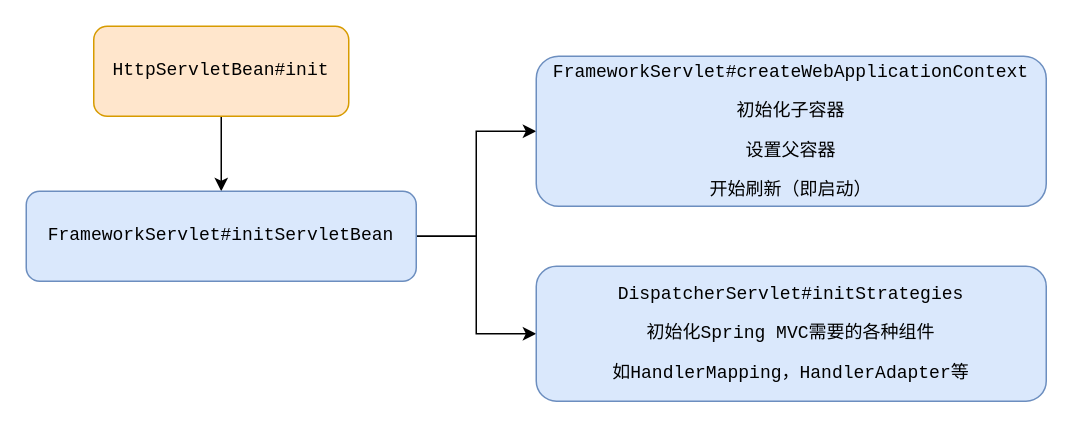
erlieStar/diagrams keeps this draw.io diagram as spring/spring mvc容器启动.drawio. Above is the earlier version. Source tidied: cells renumbered, new cells numbered last; positions are measured from the earlier drawing's top-left corner, leaving out a move shared by most shapes. Both pictures are drawn from the tidied source at 150%, with x=0, y=0 at pixel (26, 26).
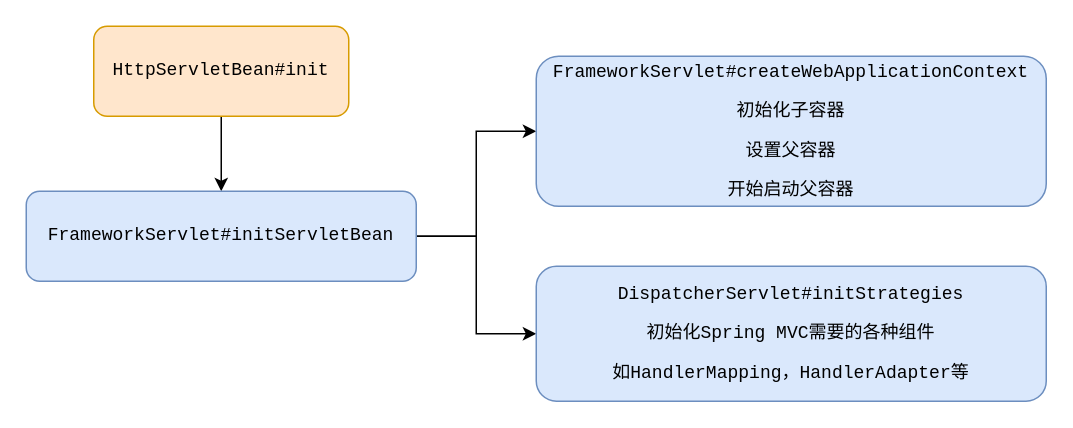
The same page after the edit.

Change to the diagram source:
```diff
@@
 <mxGraphModel>
   <root>
     <mxCell id="0" />
     <mxCell id="1" parent="0" />
     <mxCell id="2" style="edgeStyle=orthogonalEdgeStyle;rounded=0;jettySize=auto;html=1;" parent="1" edge="1" source="3" target="6">
       <mxGeometry relative="1" as="geometry" />
     </mxCell>
     <mxCell id="3" value="&lt;pre&gt;HttpServletBean#init&lt;/pre&gt;" style="rounded=1;whiteSpace=wrap;html=1;fillColor=#ffe6cc;strokeColor=#d79b00;" parent="1" vertex="1">
       <mxGeometry x="45" width="170" height="60" as="geometry" />
     </mxCell>
     <mxCell id="4" style="edgeStyle=orthogonalEdgeStyle;rounded=0;jettySize=auto;html=1;entryX=0;entryY=0.5;entryDx=0;entryDy=0;" parent="1" edge="1" source="6" target="7">
       <mxGeometry relative="1" as="geometry" />
     </mxCell>
     <mxCell id="5" style="edgeStyle=orthogonalEdgeStyle;rounded=0;jettySize=auto;html=1;exitX=1;exitY=0.5;exitDx=0;exitDy=0;entryX=0;entryY=0.5;entryDx=0;entryDy=0;" parent="1" edge="1" source="6" target="8">
       <mxGeometry relative="1" as="geometry" />
     </mxCell>
     <mxCell id="6" value="&lt;pre&gt;FrameworkServlet#initServletBean&lt;/pre&gt;" style="rounded=1;whiteSpace=wrap;html=1;fillColor=#dae8fc;strokeColor=#6c8ebf;" parent="1" vertex="1">
       <mxGeometry y="110" width="260" height="60" as="geometry" />
     </mxCell>
-    <mxCell id="7" value="&lt;pre&gt;FrameworkServlet#createWebApplicationContext&lt;/pre&gt;&lt;pre&gt;初始化子容器&lt;/pre&gt;&lt;pre&gt;设置父容器&lt;/pre&gt;&lt;pre&gt;开始刷新（即启动）&lt;/pre&gt;" style="rounded=1;whiteSpace=wrap;html=1;fillColor=#dae8fc;strokeColor=#6c8ebf;" parent="1" vertex="1">
+    <mxCell id="7" value="&lt;pre&gt;FrameworkServlet#createWebApplicationContext&lt;/pre&gt;&lt;pre&gt;初始化子容器&lt;/pre&gt;&lt;pre&gt;设置父容器&lt;/pre&gt;&lt;pre&gt;开始启动父容器&lt;/pre&gt;" style="rounded=1;whiteSpace=wrap;html=1;fillColor=#dae8fc;strokeColor=#6c8ebf;" parent="1" vertex="1">
       <mxGeometry x="340" y="20" width="340" height="100" as="geometry" />
     </mxCell>
     <mxCell id="8" value="&lt;pre&gt;DispatcherServlet#initStrategies&lt;/pre&gt;&lt;pre&gt;初始化Spring MVC需要的各种组件&lt;/pre&gt;&lt;pre&gt;如HandlerMapping，HandlerAdapter等&lt;/pre&gt;" style="rounded=1;whiteSpace=wrap;html=1;fillColor=#dae8fc;strokeColor=#6c8ebf;" parent="1" vertex="1">
       <mxGeometry x="340" y="160" width="340" height="90" as="geometry" />
     </mxCell>
   </root>
 </mxGraphModel>
```
